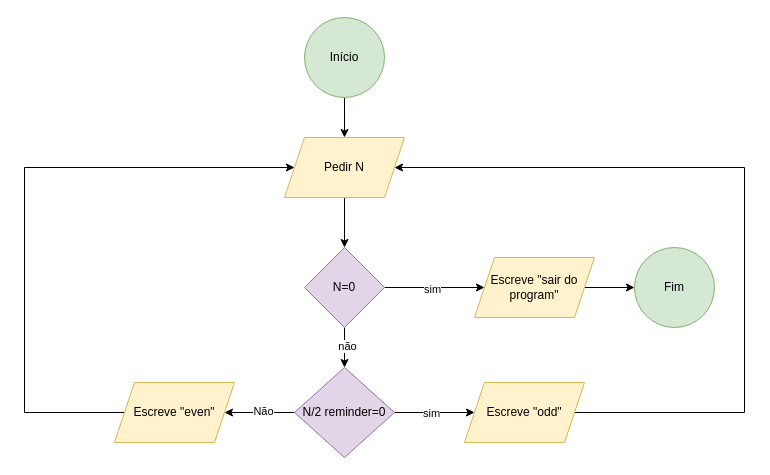
Above: flux8.drawio in PranavSehgal2010/Fluxograms (draw.io), before the change. Source tidied: cells renumbered, new cells numbered last; positions are measured from the earlier drawing's top-left corner, leaving out a move shared by most shapes. Both pictures are drawn from the tidied source at 100%, with x=0, y=0 at pixel (24, 17).
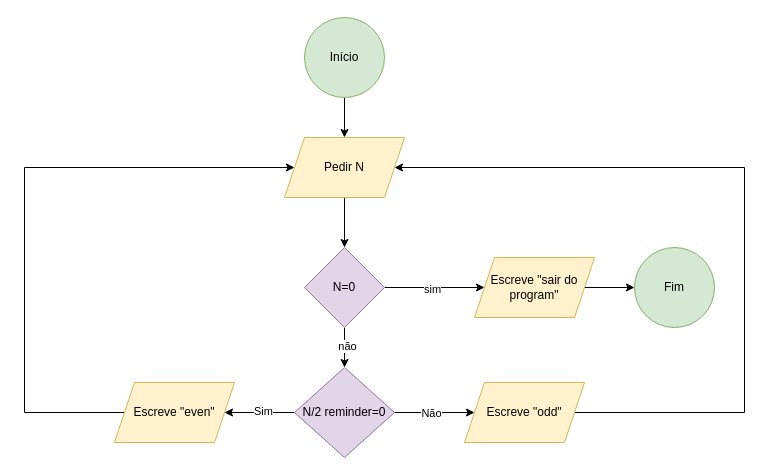
Above is the later version.

The change refers to these unchanged cells:
```xml
<mxCell id="6" style="edgeStyle=orthogonalEdgeStyle;rounded=0;jettySize=auto;html=1;" parent="1" edge="1" source="10" target="12">
  <mxGeometry relative="1" as="geometry" />
</mxCell>
<mxCell id="8" style="edgeStyle=orthogonalEdgeStyle;rounded=0;jettySize=auto;html=1;" parent="1" edge="1" source="10" target="14">
  <mxGeometry relative="1" as="geometry" />
</mxCell>
```

Change to the diagram source:
```diff
@@
-    <mxCell id="7" value="sim" style="edgeLabel;html=1;align=center;verticalAlign=middle;" parent="6" vertex="1">
+    <mxCell id="7" value="Não" style="edgeLabel;html=1;align=center;verticalAlign=middle;" parent="6" vertex="1">
       <mxGeometry x="-0.09" relative="1" as="geometry" />
     </mxCell>
@@
-    <mxCell id="9" value="Não" style="edgeLabel;html=1;align=center;verticalAlign=middle;" parent="8" vertex="1">
+    <mxCell id="9" value="Sim" style="edgeLabel;html=1;align=center;verticalAlign=middle;" parent="8" vertex="1">
       <mxGeometry x="-0.1" y="-2" relative="1" as="geometry" />
     </mxCell>
```
